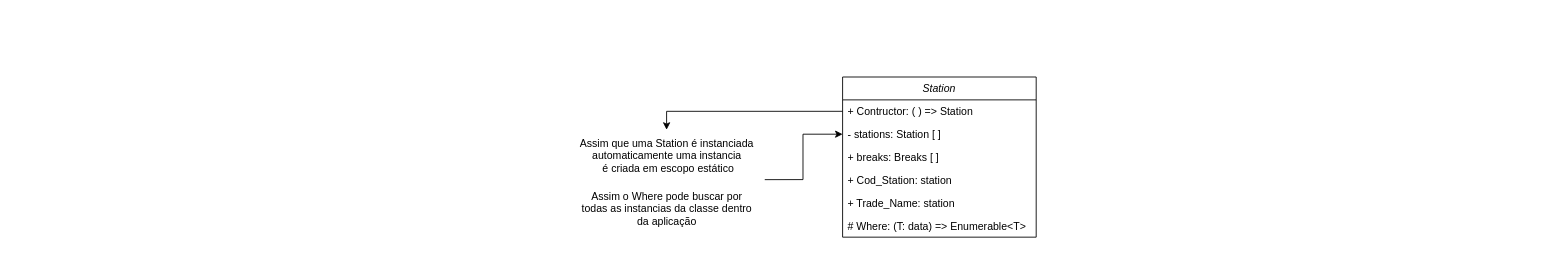
Earlier version of the draw.io diagram Programatica.drawio (Vusmonth/uml). Source tidied: cells renumbered, new cells numbered last; positions are measured from the earlier drawing's top-left corner, leaving out a move shared by most shapes. Both pictures are drawn from the tidied source at 88%, with x=0, y=0 at pixel (569, 77).
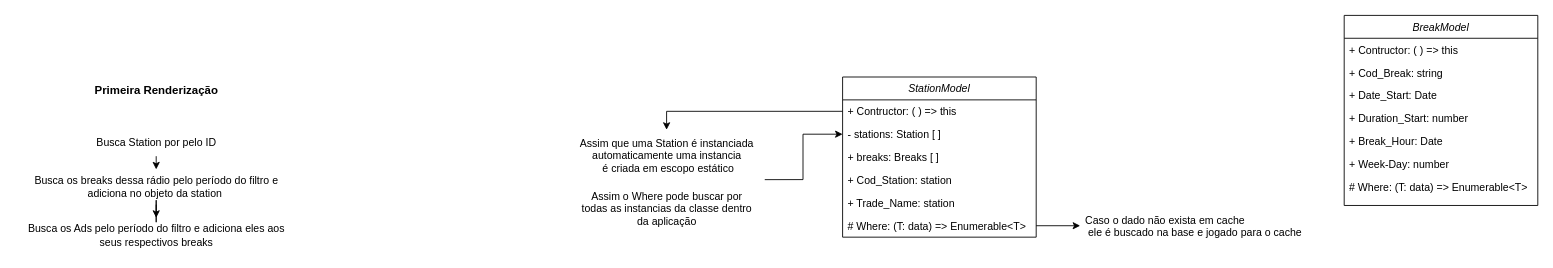
The same diagram, later.

The change refers to these unchanged cells:
```xml
<mxCell id="8" value="# Where: (T: data) =&gt; Enumerable&lt;T&gt;" style="text;align=left;verticalAlign=top;spacingLeft=4;spacingRight=4;overflow=hidden;points=[[0,0.5],[1,0.5]];portConstraint=eastwest;labelBackgroundColor=none;" parent="2" vertex="1">
  <mxGeometry y="156" width="220" height="26" as="geometry" />
</mxCell>
```

Diff of the diagram source:
```diff
@@
-    <mxCell id="2" value="Station" style="swimlane;fontStyle=2;align=center;verticalAlign=top;horizontal=1;startSize=26;rounded=0;shadow=0;strokeWidth=1;labelBackgroundColor=none;" parent="1" vertex="1">
+    <mxCell id="2" value="StationModel" style="swimlane;fontStyle=2;align=center;verticalAlign=top;horizontal=1;startSize=26;rounded=0;shadow=0;strokeWidth=1;labelBackgroundColor=none;" parent="1" vertex="1">
       <mxGeometry x="310" width="220" height="182" as="geometry" />
     </mxCell>
-    <mxCell id="3" value="+ Contructor: ( ) =&gt; Station" style="text;align=left;verticalAlign=top;spacingLeft=4;spacingRight=4;overflow=hidden;points=[[0,0.5],[1,0.5]];portConstraint=eastwest;labelBackgroundColor=none;" parent="2" vertex="1">
+    <mxCell id="3" value="+ Contructor: ( ) =&gt; this" style="text;align=left;verticalAlign=top;spacingLeft=4;spacingRight=4;overflow=hidden;points=[[0,0.5],[1,0.5]];portConstraint=eastwest;labelBackgroundColor=none;" parent="2" vertex="1">
       <mxGeometry y="26" width="220" height="26" as="geometry" />
     </mxCell>
@@
+    <mxCell id="13" value="Primeira Renderização" style="text;html=1;align=center;verticalAlign=middle;strokeColor=none;fillColor=none;fontSize=13;fontStyle=1;" parent="1" vertex="1">
+      <mxGeometry x="-550" width="160" height="30" as="geometry" />
+    </mxCell>
+    <mxCell id="14" style="edgeStyle=none;rounded=0;jettySize=auto;html=1;" parent="1" edge="1" source="15" target="17">
+      <mxGeometry relative="1" as="geometry" />
+    </mxCell>
+    <mxCell id="15" value="Busca Station por pelo ID" style="text;html=1;align=center;verticalAlign=middle;points=[];strokeColor=none;fillColor=none;fontSize=12;fontStyle=0;" parent="1" vertex="1">
+      <mxGeometry x="-550" y="60" width="160" height="30" as="geometry" />
+    </mxCell>
+    <mxCell id="16" style="edgeStyle=orthogonalEdgeStyle;rounded=0;jettySize=auto;html=1;" parent="1" edge="1" source="17" target="18">
+      <mxGeometry relative="1" as="geometry" />
+    </mxCell>
+    <mxCell id="17" value="Busca os breaks dessa rádio pelo período do filtro e&lt;br&gt;adiciona no objeto da station&amp;nbsp;" style="text;html=1;align=center;verticalAlign=middle;points=[];strokeColor=none;fillColor=none;fontSize=12;fontStyle=0;" parent="1" vertex="1">
+      <mxGeometry x="-620" y="105" width="300" height="40" as="geometry" />
+    </mxCell>
+    <mxCell id="18" value="Busca os Ads pelo período do filtro e adiciona eles aos&lt;br&gt;seus respectivos breaks" style="text;html=1;align=center;verticalAlign=middle;points=[];strokeColor=none;fillColor=none;fontSize=12;fontStyle=0;" parent="1" vertex="1">
+      <mxGeometry x="-630" y="160" width="320" height="40" as="geometry" />
+    </mxCell>
+    <mxCell id="19" value="Caso o dado não exista em cache&#10; ele é buscado na base e jogado para o cache" style="text;align=left;verticalAlign=top;spacingLeft=4;spacingRight=4;overflow=hidden;points=[[0,0.5],[1,0.5]];portConstraint=eastwest;labelBackgroundColor=none;" parent="1" vertex="1">
+      <mxGeometry x="580" y="149" width="260" height="40" as="geometry" />
+    </mxCell>
+    <mxCell id="20" style="edgeStyle=none;rounded=0;jettySize=auto;html=1;" parent="1" edge="1" source="8" target="19">
+      <mxGeometry relative="1" as="geometry" />
+    </mxCell>
+    <mxCell id="21" value="BreakModel" style="swimlane;fontStyle=2;align=center;verticalAlign=top;horizontal=1;startSize=26;rounded=0;shadow=0;strokeWidth=1;labelBackgroundColor=none;" parent="1" vertex="1">
+      <mxGeometry x="880" y="-70" width="220" height="216" as="geometry" />
+    </mxCell>
+    <mxCell id="22" value="+ Contructor: ( ) =&gt; this" style="text;align=left;verticalAlign=top;spacingLeft=4;spacingRight=4;overflow=hidden;labelBackgroundColor=none;" parent="21" vertex="1">
+      <mxGeometry y="26" width="220" height="26" as="geometry" />
+    </mxCell>
+    <mxCell id="23" value="+ Cod_Break: string" style="text;align=left;verticalAlign=top;spacingLeft=4;spacingRight=4;overflow=hidden;labelBackgroundColor=none;" parent="21" vertex="1">
+      <mxGeometry y="52" width="220" height="26" as="geometry" />
+    </mxCell>
+    <mxCell id="24" value="+ Date_Start: Date" style="text;align=left;verticalAlign=top;spacingLeft=4;spacingRight=4;overflow=hidden;labelBackgroundColor=none;" parent="21" vertex="1">
+      <mxGeometry y="78" width="220" height="26" as="geometry" />
+    </mxCell>
+    <mxCell id="25" value="+ Duration_Start: number" style="text;align=left;verticalAlign=top;spacingLeft=4;spacingRight=4;overflow=hidden;labelBackgroundColor=none;" parent="21" vertex="1">
+      <mxGeometry y="104" width="220" height="26" as="geometry" />
+    </mxCell>
+    <mxCell id="26" value="+ Break_Hour: Date" style="text;align=left;verticalAlign=top;spacingLeft=4;spacingRight=4;overflow=hidden;labelBackgroundColor=none;" parent="21" vertex="1">
+      <mxGeometry y="130" width="220" height="26" as="geometry" />
+    </mxCell>
+    <mxCell id="27" value="+ Week-Day: number" style="text;align=left;verticalAlign=top;spacingLeft=4;spacingRight=4;overflow=hidden;labelBackgroundColor=none;" parent="21" vertex="1">
+      <mxGeometry y="156" width="220" height="26" as="geometry" />
+    </mxCell>
+    <mxCell id="28" value="# Where: (T: data) =&gt; Enumerable&lt;T&gt;" style="text;align=left;verticalAlign=top;spacingLeft=4;spacingRight=4;overflow=hidden;labelBackgroundColor=none;" parent="21" vertex="1">
+      <mxGeometry y="182" width="220" height="34" as="geometry" />
+    </mxCell>
```
